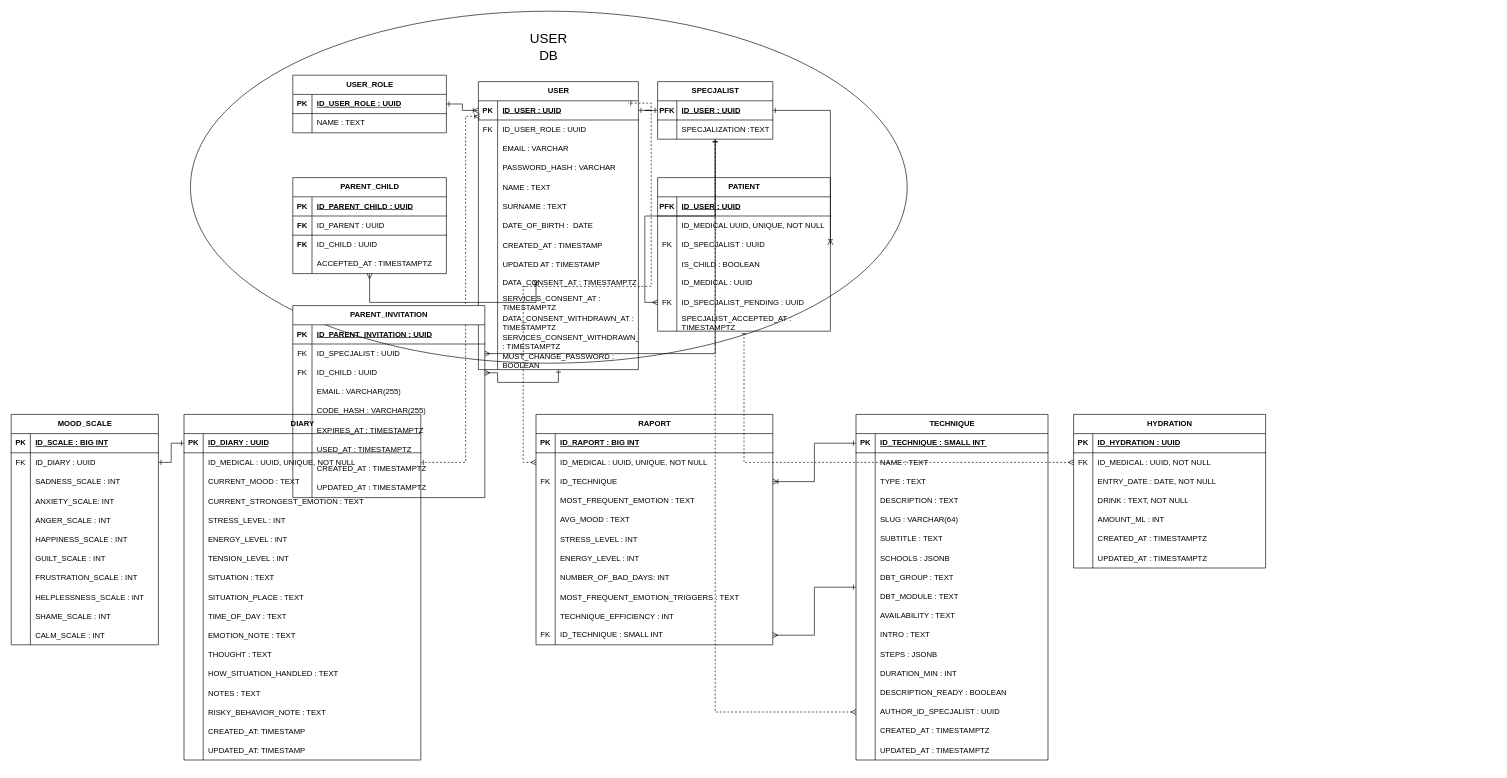
The draw.io diagram ERD/DIAGRAM.drawio in Coderino-Compadres/Mediculus_App, before the edit. Source tidied: cells renumbered, new cells numbered last; positions are measured from the earlier drawing's top-left corner, leaving out a move shared by most shapes. Both pictures are drawn from the tidied source at 64%, with x=0, y=0 at pixel (11, 11).
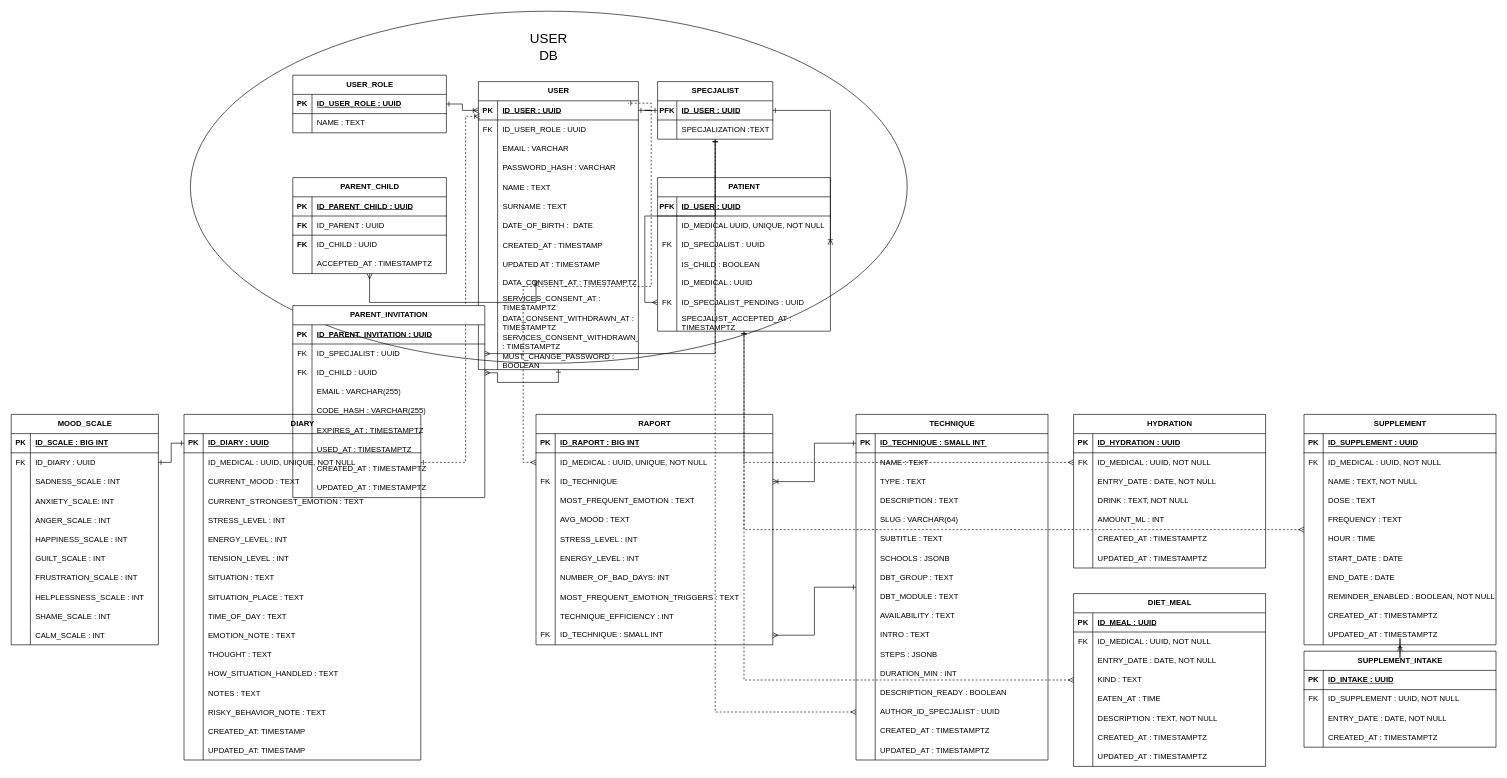
Above is the later version.

Unchanged cells that the change refers to:
```xml
<mxCell id="61" value="PATIENT" style="shape=table;startSize=30;childLayout=tableLayout;rowLines=0;fontStyle=1;align=center;html=1;" parent="1" vertex="1">
  <mxGeometry x="1010" y="260" width="270" height="240" as="geometry" />
</mxCell>
```

Change to the diagram source:
```diff
@@
+    <mxCell id="332" value="DIET_MEAL" style="shape=table;startSize=30;childLayout=tableLayout;rowLines=0;fontStyle=1;align=center;html=1;" parent="1" vertex="1">
+      <mxGeometry x="1660" y="910" width="300" height="270" as="geometry" />
+    </mxCell>
+    <mxCell id="333" style="shape=tableRow;horizontal=0;startSize=0;swimlaneHead=0;swimlaneBody=0;fillColor=none;top=0;left=0;right=0;bottom=1;" parent="332" vertex="1">
+      <mxGeometry y="30" width="300" height="30" as="geometry" />
+    </mxCell>
+    <mxCell id="334" value="PK" style="shape=partialRectangle;fillColor=none;top=0;left=0;bottom=0;right=0;fontStyle=1;overflow=hidden;whiteSpace=wrap;html=1;" parent="333" vertex="1">
+      <mxGeometry width="30" height="30" as="geometry" />
+    </mxCell>
+    <mxCell id="335" value="ID_MEAL : UUID" style="shape=partialRectangle;fillColor=none;top=0;left=0;bottom=0;right=0;align=left;spacingLeft=6;fontStyle=5;overflow=hidden;whiteSpace=wrap;html=1;" parent="333" vertex="1">
+      <mxGeometry x="30" width="270" height="30" as="geometry" />
+    </mxCell>
+    <mxCell id="336" style="shape=tableRow;horizontal=0;startSize=0;swimlaneHead=0;swimlaneBody=0;fillColor=none;top=0;left=0;right=0;bottom=0;" parent="332" vertex="1">
+      <mxGeometry y="60" width="300" height="30" as="geometry" />
+    </mxCell>
+    <mxCell id="337" value="FK" style="shape=partialRectangle;fillColor=none;top=0;left=0;bottom=0;right=0;overflow=hidden;whiteSpace=wrap;html=1;" parent="336" vertex="1">
+      <mxGeometry width="30" height="30" as="geometry" />
+    </mxCell>
+    <mxCell id="338" value="ID_MEDICAL : UUID, NOT NULL" style="shape=partialRectangle;fillColor=none;top=0;left=0;bottom=0;right=0;align=left;spacingLeft=6;overflow=hidden;whiteSpace=wrap;html=1;" parent="336" vertex="1">
+      <mxGeometry x="30" width="270" height="30" as="geometry" />
+    </mxCell>
+    <mxCell id="339" style="shape=tableRow;horizontal=0;startSize=0;swimlaneHead=0;swimlaneBody=0;fillColor=none;top=0;left=0;right=0;bottom=0;" parent="332" vertex="1">
+      <mxGeometry y="90" width="300" height="30" as="geometry" />
+    </mxCell>
+    <mxCell id="340" style="shape=partialRectangle;fillColor=none;top=0;left=0;bottom=0;right=0;overflow=hidden;whiteSpace=wrap;html=1;" parent="339" vertex="1">
+      <mxGeometry width="30" height="30" as="geometry" />
+    </mxCell>
+    <mxCell id="341" value="ENTRY_DATE : DATE, NOT NULL" style="shape=partialRectangle;fillColor=none;top=0;left=0;bottom=0;right=0;align=left;spacingLeft=6;overflow=hidden;whiteSpace=wrap;html=1;" parent="339" vertex="1">
+      <mxGeometry x="30" width="270" height="30" as="geometry" />
+    </mxCell>
+    <mxCell id="342" style="shape=tableRow;horizontal=0;startSize=0;swimlaneHead=0;swimlaneBody=0;fillColor=none;top=0;left=0;right=0;bottom=0;" parent="332" vertex="1">
+      <mxGeometry y="120" width="300" height="30" as="geometry" />
+    </mxCell>
+    <mxCell id="343" style="shape=partialRectangle;fillColor=none;top=0;left=0;bottom=0;right=0;overflow=hidden;whiteSpace=wrap;html=1;" parent="342" vertex="1">
+      <mxGeometry width="30" height="30" as="geometry" />
+    </mxCell>
+    <mxCell id="344" value="KIND : TEXT" style="shape=partialRectangle;fillColor=none;top=0;left=0;bottom=0;right=0;align=left;spacingLeft=6;overflow=hidden;whiteSpace=wrap;html=1;" parent="342" vertex="1">
+      <mxGeometry x="30" width="270" height="30" as="geometry" />
+    </mxCell>
+    <mxCell id="345" style="shape=tableRow;horizontal=0;startSize=0;swimlaneHead=0;swimlaneBody=0;fillColor=none;top=0;left=0;right=0;bottom=0;" parent="332" vertex="1">
+      <mxGeometry y="150" width="300" height="30" as="geometry" />
+    </mxCell>
+    <mxCell id="346" style="shape=partialRectangle;fillColor=none;top=0;left=0;bottom=0;right=0;overflow=hidden;whiteSpace=wrap;html=1;" parent="345" vertex="1">
+      <mxGeometry width="30" height="30" as="geometry" />
+    </mxCell>
+    <mxCell id="347" value="EATEN_AT : TIME" style="shape=partialRectangle;fillColor=none;top=0;left=0;bottom=0;right=0;align=left;spacingLeft=6;overflow=hidden;whiteSpace=wrap;html=1;" parent="345" vertex="1">
+      <mxGeometry x="30" width="270" height="30" as="geometry" />
+    </mxCell>
+    <mxCell id="348" style="shape=tableRow;horizontal=0;startSize=0;swimlaneHead=0;swimlaneBody=0;fillColor=none;top=0;left=0;right=0;bottom=0;" parent="332" vertex="1">
+      <mxGeometry y="180" width="300" height="30" as="geometry" />
+    </mxCell>
+    <mxCell id="349" style="shape=partialRectangle;fillColor=none;top=0;left=0;bottom=0;right=0;overflow=hidden;whiteSpace=wrap;html=1;" parent="348" vertex="1">
+      <mxGeometry width="30" height="30" as="geometry" />
+    </mxCell>
+    <mxCell id="350" value="DESCRIPTION : TEXT, NOT NULL" style="shape=partialRectangle;fillColor=none;top=0;left=0;bottom=0;right=0;align=left;spacingLeft=6;overflow=hidden;whiteSpace=wrap;html=1;" parent="348" vertex="1">
+      <mxGeometry x="30" width="270" height="30" as="geometry" />
+    </mxCell>
+    <mxCell id="351" style="shape=tableRow;horizontal=0;startSize=0;swimlaneHead=0;swimlaneBody=0;fillColor=none;top=0;left=0;right=0;bottom=0;" parent="332" vertex="1">
+      <mxGeometry y="210" width="300" height="30" as="geometry" />
+    </mxCell>
+    <mxCell id="352" style="shape=partialRectangle;fillColor=none;top=0;left=0;bottom=0;right=0;overflow=hidden;whiteSpace=wrap;html=1;" parent="351" vertex="1">
+      <mxGeometry width="30" height="30" as="geometry" />
+    </mxCell>
+    <mxCell id="353" value="CREATED_AT : TIMESTAMPTZ" style="shape=partialRectangle;fillColor=none;top=0;left=0;bottom=0;right=0;align=left;spacingLeft=6;overflow=hidden;whiteSpace=wrap;html=1;" parent="351" vertex="1">
+      <mxGeometry x="30" width="270" height="30" as="geometry" />
+    </mxCell>
+    <mxCell id="354" style="shape=tableRow;horizontal=0;startSize=0;swimlaneHead=0;swimlaneBody=0;fillColor=none;top=0;left=0;right=0;bottom=0;" parent="332" vertex="1">
+      <mxGeometry y="240" width="300" height="30" as="geometry" />
+    </mxCell>
+    <mxCell id="355" style="shape=partialRectangle;fillColor=none;top=0;left=0;bottom=0;right=0;overflow=hidden;whiteSpace=wrap;html=1;" parent="354" vertex="1">
+      <mxGeometry width="30" height="30" as="geometry" />
+    </mxCell>
+    <mxCell id="356" value="UPDATED_AT : TIMESTAMPTZ" style="shape=partialRectangle;fillColor=none;top=0;left=0;bottom=0;right=0;align=left;spacingLeft=6;overflow=hidden;whiteSpace=wrap;html=1;" parent="354" vertex="1">
+      <mxGeometry x="30" width="270" height="30" as="geometry" />
+    </mxCell>
+    <mxCell id="357" value="SUPPLEMENT" style="shape=table;startSize=30;childLayout=tableLayout;rowLines=0;fontStyle=1;align=center;html=1;" parent="1" vertex="1">
+      <mxGeometry x="2020" y="630" width="300" height="360" as="geometry" />
+    </mxCell>
+    <mxCell id="358" style="shape=tableRow;horizontal=0;startSize=0;swimlaneHead=0;swimlaneBody=0;fillColor=none;top=0;left=0;right=0;bottom=1;" parent="357" vertex="1">
+      <mxGeometry y="30" width="300" height="30" as="geometry" />
+    </mxCell>
+    <mxCell id="359" value="PK" style="shape=partialRectangle;fillColor=none;top=0;left=0;bottom=0;right=0;fontStyle=1;overflow=hidden;whiteSpace=wrap;html=1;" parent="358" vertex="1">
+      <mxGeometry width="30" height="30" as="geometry" />
+    </mxCell>
+    <mxCell id="360" value="ID_SUPPLEMENT : UUID" style="shape=partialRectangle;fillColor=none;top=0;left=0;bottom=0;right=0;align=left;spacingLeft=6;fontStyle=5;overflow=hidden;whiteSpace=wrap;html=1;" parent="358" vertex="1">
+      <mxGeometry x="30" width="270" height="30" as="geometry" />
+    </mxCell>
+    <mxCell id="361" style="shape=tableRow;horizontal=0;startSize=0;swimlaneHead=0;swimlaneBody=0;fillColor=none;top=0;left=0;right=0;bottom=0;" parent="357" vertex="1">
+      <mxGeometry y="60" width="300" height="30" as="geometry" />
+    </mxCell>
+    <mxCell id="362" value="FK" style="shape=partialRectangle;fillColor=none;top=0;left=0;bottom=0;right=0;overflow=hidden;whiteSpace=wrap;html=1;" parent="361" vertex="1">
+      <mxGeometry width="30" height="30" as="geometry" />
+    </mxCell>
+    <mxCell id="363" value="ID_MEDICAL : UUID, NOT NULL" style="shape=partialRectangle;fillColor=none;top=0;left=0;bottom=0;right=0;align=left;spacingLeft=6;overflow=hidden;whiteSpace=wrap;html=1;" parent="361" vertex="1">
+      <mxGeometry x="30" width="270" height="30" as="geometry" />
+    </mxCell>
+    <mxCell id="364" style="shape=tableRow;horizontal=0;startSize=0;swimlaneHead=0;swimlaneBody=0;fillColor=none;top=0;left=0;right=0;bottom=0;" parent="357" vertex="1">
+      <mxGeometry y="90" width="300" height="30" as="geometry" />
+    </mxCell>
+    <mxCell id="365" style="shape=partialRectangle;fillColor=none;top=0;left=0;bottom=0;right=0;overflow=hidden;whiteSpace=wrap;html=1;" parent="364" vertex="1">
+      <mxGeometry width="30" height="30" as="geometry" />
+    </mxCell>
+    <mxCell id="366" value="NAME : TEXT, NOT NULL" style="shape=partialRectangle;fillColor=none;top=0;left=0;bottom=0;right=0;align=left;spacingLeft=6;overflow=hidden;whiteSpace=wrap;html=1;" parent="364" vertex="1">
+      <mxGeometry x="30" width="270" height="30" as="geometry" />
+    </mxCell>
+    <mxCell id="367" style="shape=tableRow;horizontal=0;startSize=0;swimlaneHead=0;swimlaneBody=0;fillColor=none;top=0;left=0;right=0;bottom=0;" parent="357" vertex="1">
+      <mxGeometry y="120" width="300" height="30" as="geometry" />
+    </mxCell>
+    <mxCell id="368" style="shape=partialRectangle;fillColor=none;top=0;left=0;bottom=0;right=0;overflow=hidden;whiteSpace=wrap;html=1;" parent="367" vertex="1">
+      <mxGeometry width="30" height="30" as="geometry" />
+    </mxCell>
+    <mxCell id="369" value="DOSE : TEXT" style="shape=partialRectangle;fillColor=none;top=0;left=0;bottom=0;right=0;align=left;spacingLeft=6;overflow=hidden;whiteSpace=wrap;html=1;" parent="367" vertex="1">
+      <mxGeometry x="30" width="270" height="30" as="geometry" />
+    </mxCell>
+    <mxCell id="370" style="shape=tableRow;horizontal=0;startSize=0;swimlaneHead=0;swimlaneBody=0;fillColor=none;top=0;left=0;right=0;bottom=0;" parent="357" vertex="1">
+      <mxGeometry y="150" width="300" height="30" as="geometry" />
+    </mxCell>
+    <mxCell id="371" style="shape=partialRectangle;fillColor=none;top=0;left=0;bottom=0;right=0;overflow=hidden;whiteSpace=wrap;html=1;" parent="370" vertex="1">
+      <mxGeometry width="30" height="30" as="geometry" />
+    </mxCell>
+    <mxCell id="372" value="FREQUENCY : TEXT" style="shape=partialRectangle;fillColor=none;top=0;left=0;bottom=0;right=0;align=left;spacingLeft=6;overflow=hidden;whiteSpace=wrap;html=1;" parent="370" vertex="1">
+      <mxGeometry x="30" width="270" height="30" as="geometry" />
+    </mxCell>
+    <mxCell id="373" style="shape=tableRow;horizontal=0;startSize=0;swimlaneHead=0;swimlaneBody=0;fillColor=none;top=0;left=0;right=0;bottom=0;" parent="357" vertex="1">
+      <mxGeometry y="180" width="300" height="30" as="geometry" />
+    </mxCell>
+    <mxCell id="374" style="shape=partialRectangle;fillColor=none;top=0;left=0;bottom=0;right=0;overflow=hidden;whiteSpace=wrap;html=1;" parent="373" vertex="1">
+      <mxGeometry width="30" height="30" as="geometry" />
+    </mxCell>
+    <mxCell id="375" value="HOUR : TIME" style="shape=partialRectangle;fillColor=none;top=0;left=0;bottom=0;right=0;align=left;spacingLeft=6;overflow=hidden;whiteSpace=wrap;html=1;" parent="373" vertex="1">
+      <mxGeometry x="30" width="270" height="30" as="geometry" />
+    </mxCell>
+    <mxCell id="376" style="shape=tableRow;horizontal=0;startSize=0;swimlaneHead=0;swimlaneBody=0;fillColor=none;top=0;left=0;right=0;bottom=0;" parent="357" vertex="1">
+      <mxGeometry y="210" width="300" height="30" as="geometry" />
+    </mxCell>
+    <mxCell id="377" style="shape=partialRectangle;fillColor=none;top=0;left=0;bottom=0;right=0;overflow=hidden;whiteSpace=wrap;html=1;" parent="376" vertex="1">
+      <mxGeometry width="30" height="30" as="geometry" />
+    </mxCell>
+    <mxCell id="378" value="START_DATE : DATE" style="shape=partialRectangle;fillColor=none;top=0;left=0;bottom=0;right=0;align=left;spacingLeft=6;overflow=hidden;whiteSpace=wrap;html=1;" parent="376" vertex="1">
+      <mxGeometry x="30" width="270" height="30" as="geometry" />
+    </mxCell>
+    <mxCell id="379" style="shape=tableRow;horizontal=0;startSize=0;swimlaneHead=0;swimlaneBody=0;fillColor=none;top=0;left=0;right=0;bottom=0;" parent="357" vertex="1">
+      <mxGeometry y="240" width="300" height="30" as="geometry" />
+    </mxCell>
+    <mxCell id="380" style="shape=partialRectangle;fillColor=none;top=0;left=0;bottom=0;right=0;overflow=hidden;whiteSpace=wrap;html=1;" parent="379" vertex="1">
+      <mxGeometry width="30" height="30" as="geometry" />
+    </mxCell>
+    <mxCell id="381" value="END_DATE : DATE" style="shape=partialRectangle;fillColor=none;top=0;left=0;bottom=0;right=0;align=left;spacingLeft=6;overflow=hidden;whiteSpace=wrap;html=1;" parent="379" vertex="1">
+      <mxGeometry x="30" width="270" height="30" as="geometry" />
+    </mxCell>
+    <mxCell id="382" style="shape=tableRow;horizontal=0;startSize=0;swimlaneHead=0;swimlaneBody=0;fillColor=none;top=0;left=0;right=0;bottom=0;" parent="357" vertex="1">
+      <mxGeometry y="270" width="300" height="30" as="geometry" />
+    </mxCell>
+    <mxCell id="383" style="shape=partialRectangle;fillColor=none;top=0;left=0;bottom=0;right=0;overflow=hidden;whiteSpace=wrap;html=1;" parent="382" vertex="1">
+      <mxGeometry width="30" height="30" as="geometry" />
+    </mxCell>
+    <mxCell id="384" value="REMINDER_ENABLED : BOOLEAN, NOT NULL" style="shape=partialRectangle;fillColor=none;top=0;left=0;bottom=0;right=0;align=left;spacingLeft=6;overflow=hidden;whiteSpace=wrap;html=1;" parent="382" vertex="1">
+      <mxGeometry x="30" width="270" height="30" as="geometry" />
+    </mxCell>
+    <mxCell id="385" style="shape=tableRow;horizontal=0;startSize=0;swimlaneHead=0;swimlaneBody=0;fillColor=none;top=0;left=0;right=0;bottom=0;" parent="357" vertex="1">
+      <mxGeometry y="300" width="300" height="30" as="geometry" />
+    </mxCell>
+    <mxCell id="386" style="shape=partialRectangle;fillColor=none;top=0;left=0;bottom=0;right=0;overflow=hidden;whiteSpace=wrap;html=1;" parent="385" vertex="1">
+      <mxGeometry width="30" height="30" as="geometry" />
+    </mxCell>
+    <mxCell id="387" value="CREATED_AT : TIMESTAMPTZ" style="shape=partialRectangle;fillColor=none;top=0;left=0;bottom=0;right=0;align=left;spacingLeft=6;overflow=hidden;whiteSpace=wrap;html=1;" parent="385" vertex="1">
+      <mxGeometry x="30" width="270" height="30" as="geometry" />
+    </mxCell>
+    <mxCell id="388" style="shape=tableRow;horizontal=0;startSize=0;swimlaneHead=0;swimlaneBody=0;fillColor=none;top=0;left=0;right=0;bottom=0;" parent="357" vertex="1">
+      <mxGeometry y="330" width="300" height="30" as="geometry" />
+    </mxCell>
+    <mxCell id="389" style="shape=partialRectangle;fillColor=none;top=0;left=0;bottom=0;right=0;overflow=hidden;whiteSpace=wrap;html=1;" parent="388" vertex="1">
+      <mxGeometry width="30" height="30" as="geometry" />
+    </mxCell>
+    <mxCell id="390" value="UPDATED_AT : TIMESTAMPTZ" style="shape=partialRectangle;fillColor=none;top=0;left=0;bottom=0;right=0;align=left;spacingLeft=6;overflow=hidden;whiteSpace=wrap;html=1;" parent="388" vertex="1">
+      <mxGeometry x="30" width="270" height="30" as="geometry" />
+    </mxCell>
+    <mxCell id="391" value="SUPPLEMENT_INTAKE" style="shape=table;startSize=30;childLayout=tableLayout;rowLines=0;fontStyle=1;align=center;html=1;" parent="1" vertex="1">
+      <mxGeometry x="2020" y="1000" width="300" height="150" as="geometry" />
+    </mxCell>
+    <mxCell id="392" style="shape=tableRow;horizontal=0;startSize=0;swimlaneHead=0;swimlaneBody=0;fillColor=none;top=0;left=0;right=0;bottom=1;" parent="391" vertex="1">
+      <mxGeometry y="30" width="300" height="30" as="geometry" />
+    </mxCell>
+    <mxCell id="393" value="PK" style="shape=partialRectangle;fillColor=none;top=0;left=0;bottom=0;right=0;fontStyle=1;overflow=hidden;whiteSpace=wrap;html=1;" parent="392" vertex="1">
+      <mxGeometry width="30" height="30" as="geometry" />
+    </mxCell>
+    <mxCell id="394" value="ID_INTAKE : UUID" style="shape=partialRectangle;fillColor=none;top=0;left=0;bottom=0;right=0;align=left;spacingLeft=6;fontStyle=5;overflow=hidden;whiteSpace=wrap;html=1;" parent="392" vertex="1">
+      <mxGeometry x="30" width="270" height="30" as="geometry" />
+    </mxCell>
+    <mxCell id="395" style="shape=tableRow;horizontal=0;startSize=0;swimlaneHead=0;swimlaneBody=0;fillColor=none;top=0;left=0;right=0;bottom=0;" parent="391" vertex="1">
+      <mxGeometry y="60" width="300" height="30" as="geometry" />
+    </mxCell>
+    <mxCell id="396" value="FK" style="shape=partialRectangle;fillColor=none;top=0;left=0;bottom=0;right=0;overflow=hidden;whiteSpace=wrap;html=1;" parent="395" vertex="1">
+      <mxGeometry width="30" height="30" as="geometry" />
+    </mxCell>
+    <mxCell id="397" value="ID_SUPPLEMENT : UUID, NOT NULL" style="shape=partialRectangle;fillColor=none;top=0;left=0;bottom=0;right=0;align=left;spacingLeft=6;overflow=hidden;whiteSpace=wrap;html=1;" parent="395" vertex="1">
+      <mxGeometry x="30" width="270" height="30" as="geometry" />
+    </mxCell>
+    <mxCell id="398" style="shape=tableRow;horizontal=0;startSize=0;swimlaneHead=0;swimlaneBody=0;fillColor=none;top=0;left=0;right=0;bottom=0;" parent="391" vertex="1">
+      <mxGeometry y="90" width="300" height="30" as="geometry" />
+    </mxCell>
+    <mxCell id="399" style="shape=partialRectangle;fillColor=none;top=0;left=0;bottom=0;right=0;overflow=hidden;whiteSpace=wrap;html=1;" parent="398" vertex="1">
+      <mxGeometry width="30" height="30" as="geometry" />
+    </mxCell>
+    <mxCell id="400" value="ENTRY_DATE : DATE, NOT NULL" style="shape=partialRectangle;fillColor=none;top=0;left=0;bottom=0;right=0;align=left;spacingLeft=6;overflow=hidden;whiteSpace=wrap;html=1;" parent="398" vertex="1">
+      <mxGeometry x="30" width="270" height="30" as="geometry" />
+    </mxCell>
+    <mxCell id="401" style="shape=tableRow;horizontal=0;startSize=0;swimlaneHead=0;swimlaneBody=0;fillColor=none;top=0;left=0;right=0;bottom=0;" parent="391" vertex="1">
+      <mxGeometry y="120" width="300" height="30" as="geometry" />
+    </mxCell>
+    <mxCell id="402" style="shape=partialRectangle;fillColor=none;top=0;left=0;bottom=0;right=0;overflow=hidden;whiteSpace=wrap;html=1;" parent="401" vertex="1">
+      <mxGeometry width="30" height="30" as="geometry" />
+    </mxCell>
+    <mxCell id="403" value="CREATED_AT : TIMESTAMPTZ" style="shape=partialRectangle;fillColor=none;top=0;left=0;bottom=0;right=0;align=left;spacingLeft=6;overflow=hidden;whiteSpace=wrap;html=1;" parent="401" vertex="1">
+      <mxGeometry x="30" width="270" height="30" as="geometry" />
+    </mxCell>
+    <mxCell id="404" style="edgeStyle=orthogonalEdgeStyle;rounded=0;jettySize=auto;html=1;endArrow=ERone;endFill=0;startArrow=ERmany;startFill=0;dashed=1;" parent="1" edge="1" source="332" target="61">
+      <mxGeometry relative="1" as="geometry" />
+    </mxCell>
+    <mxCell id="405" style="edgeStyle=orthogonalEdgeStyle;rounded=0;jettySize=auto;html=1;endArrow=ERone;endFill=0;startArrow=ERmany;startFill=0;dashed=1;" parent="1" edge="1" source="357" target="61">
+      <mxGeometry relative="1" as="geometry" />
+    </mxCell>
+    <mxCell id="406" style="edgeStyle=orthogonalEdgeStyle;rounded=0;jettySize=auto;html=1;endArrow=ERone;endFill=0;startArrow=ERmany;startFill=0;" parent="1" edge="1" source="391" target="357">
+      <mxGeometry relative="1" as="geometry" />
+    </mxCell>
```
